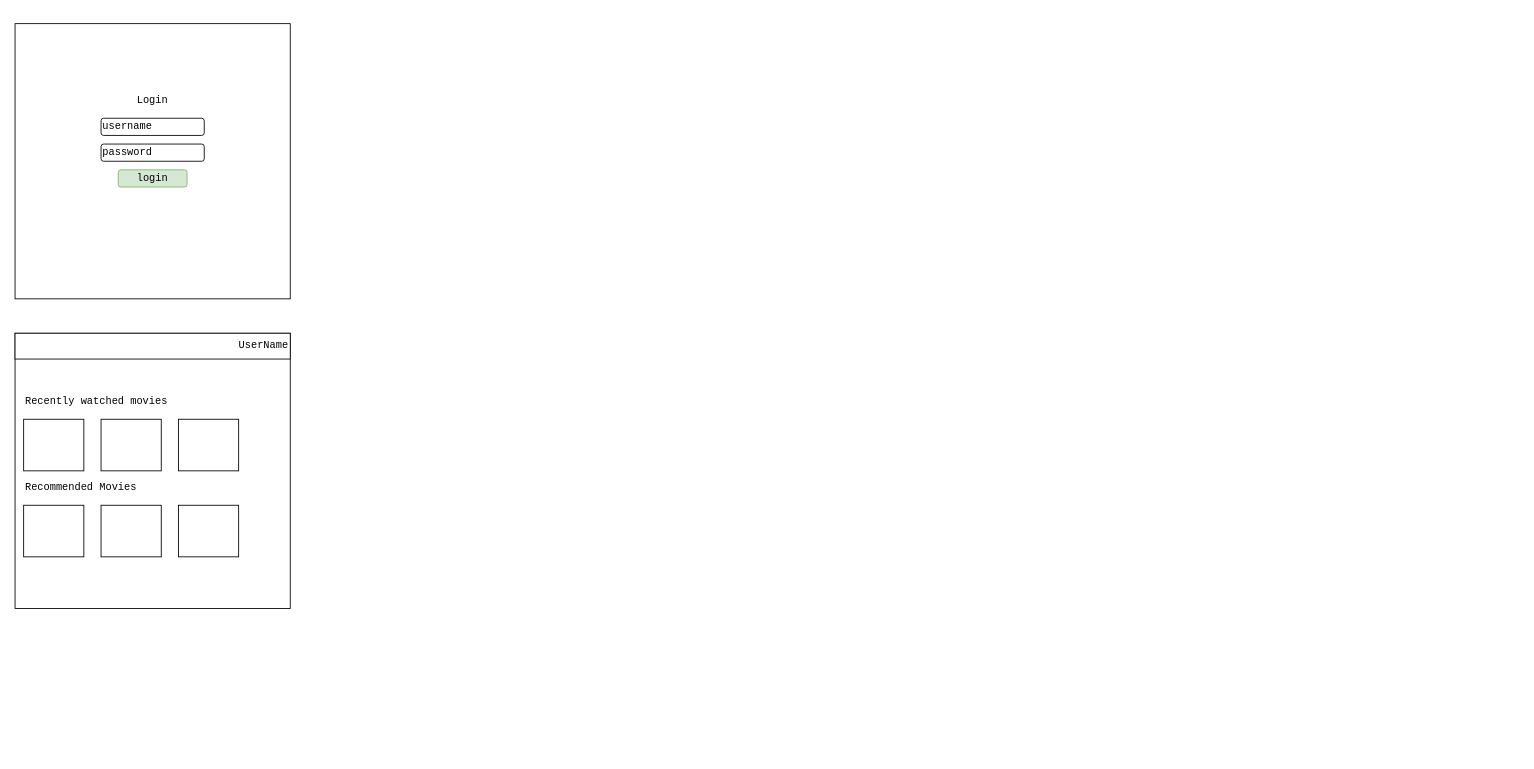
The draw.io diagram hld.drawio in gnusiva/assesment_movie_recomendation, before the edit. Source tidied: cells renumbered, new cells numbered last; positions are measured from the earlier drawing's top-left corner, leaving out a move shared by most shapes. Both pictures are drawn from the tidied source at 86%, with x=0, y=0 at pixel (15, 23).
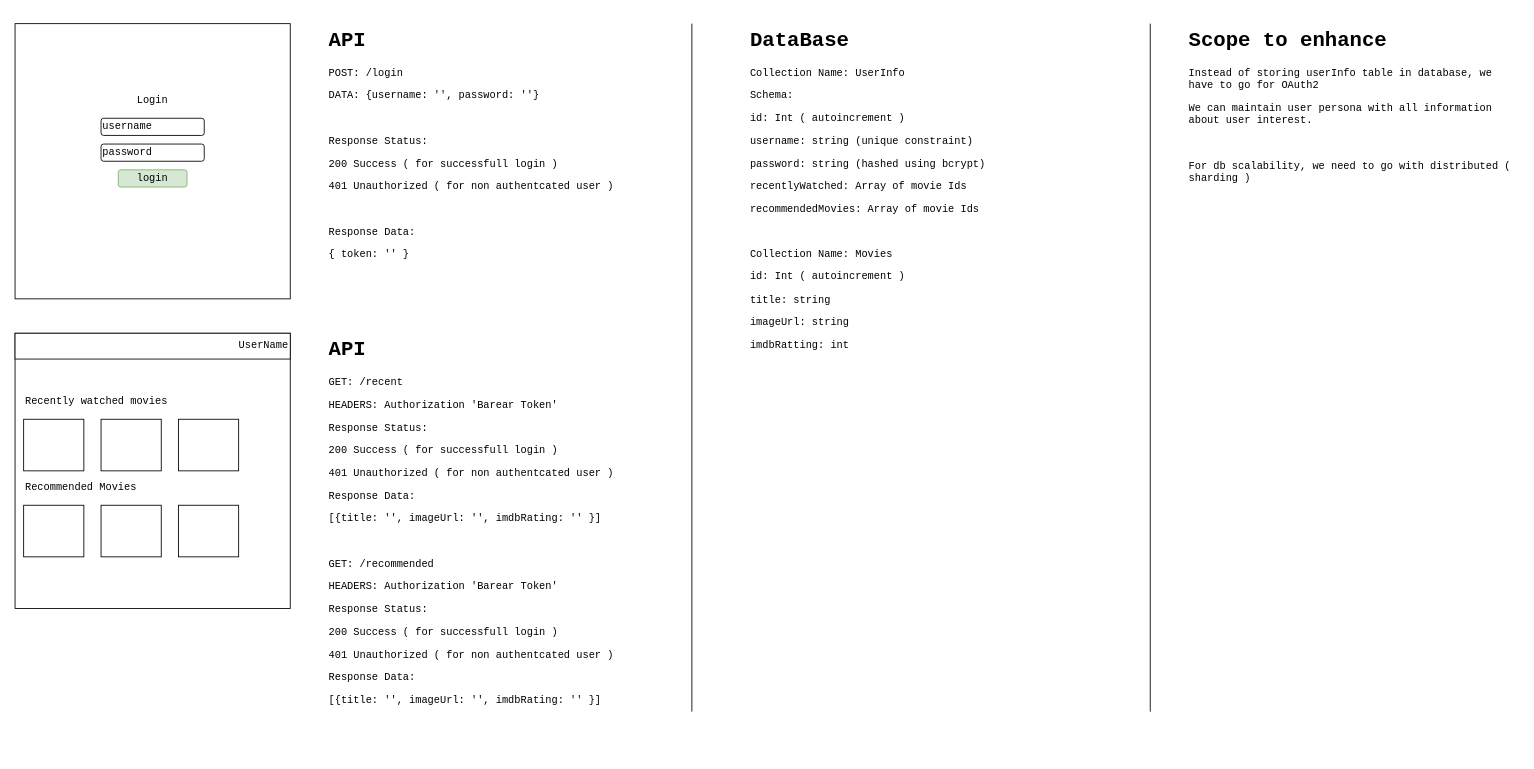
The same diagram, later.

Commit message:
we have drafted high level design

Change to the diagram source:
```diff
@@
+    <mxCell id="17" value="&lt;h1&gt;API&lt;/h1&gt;&lt;p&gt;POST: /login&lt;/p&gt;&lt;p&gt;DATA: {username: '', password: ''}&lt;/p&gt;&lt;p&gt;&lt;br&gt;&lt;/p&gt;&lt;p&gt;Response Status:&amp;nbsp;&lt;/p&gt;&lt;p&gt;200 Success ( for successfull login )&lt;/p&gt;&lt;p&gt;401 Unauthorized ( for non authentcated user )&lt;/p&gt;&lt;p&gt;&lt;br&gt;&lt;/p&gt;&lt;p&gt;Response Data:&amp;nbsp;&lt;/p&gt;&lt;p&gt;{ token: '' }&amp;nbsp;&lt;/p&gt;" style="text;html=1;strokeColor=none;fillColor=none;spacing=5;spacingTop=-20;whiteSpace=wrap;overflow=hidden;rounded=0;fontFamily=Courier New;align=left;" parent="1" vertex="1">
+      <mxGeometry x="360" width="389" height="280" as="geometry" />
+    </mxCell>
+    <mxCell id="18" value="&lt;h1&gt;DataBase&lt;/h1&gt;&lt;p&gt;Collection Name: UserInfo&lt;/p&gt;&lt;p&gt;&lt;span&gt;Schema:&amp;nbsp;&lt;/span&gt;&lt;br&gt;&lt;/p&gt;&lt;p&gt;id: Int ( autoincrement )&lt;/p&gt;&lt;p&gt;username: string (unique constraint)&lt;/p&gt;&lt;p&gt;password: string (hashed using bcrypt)&lt;/p&gt;&lt;p&gt;recentlyWatched: Array of movie Ids&lt;/p&gt;&lt;p&gt;recommendedMovies: Array of movie Ids&lt;/p&gt;&lt;p&gt;&lt;br&gt;&lt;/p&gt;&lt;p&gt;Collection Name: Movies&lt;/p&gt;&lt;p&gt;id: Int ( autoincrement )&amp;nbsp;&lt;/p&gt;&lt;p&gt;title: string&lt;/p&gt;&lt;p&gt;imageUrl: string&lt;/p&gt;&lt;p&gt;imdbRatting: int&lt;/p&gt;" style="text;html=1;strokeColor=none;fillColor=none;spacing=5;spacingTop=-20;whiteSpace=wrap;overflow=hidden;rounded=0;fontFamily=Courier New;align=left;" parent="1" vertex="1">
+      <mxGeometry x="850" width="389" height="400" as="geometry" />
+    </mxCell>
+    <mxCell id="19" style="endArrow=none;html=1;fontFamily=Courier New;" parent="1" edge="1">
+      <mxGeometry relative="1" as="geometry">
+        <mxPoint x="787" y="800" as="sourcePoint" />
+        <mxPoint x="787" as="targetPoint" />
+      </mxGeometry>
+    </mxCell>
+    <mxCell id="20" value="&lt;h1&gt;API&lt;/h1&gt;&lt;p&gt;GET: /recent&lt;/p&gt;&lt;p&gt;HEADERS: Authorization 'Barear Token'&lt;/p&gt;&lt;p&gt;&lt;span&gt;Response Status:&amp;nbsp;&lt;/span&gt;&lt;br&gt;&lt;/p&gt;&lt;p&gt;200 Success ( for successfull login )&lt;/p&gt;&lt;p&gt;401 Unauthorized ( for non authentcated user )&lt;/p&gt;&lt;p&gt;&lt;span&gt;Response Data:&amp;nbsp;&lt;/span&gt;&lt;br&gt;&lt;/p&gt;&lt;p&gt;[{title: '', imageUrl: '', imdbRating: '' }]&amp;nbsp;&lt;/p&gt;&lt;p&gt;&lt;br&gt;&lt;/p&gt;&lt;p&gt;GET: /recommended&lt;/p&gt;&lt;p&gt;HEADERS: Authorization 'Barear Token'&lt;/p&gt;&lt;p&gt;Response Status:&amp;nbsp;&lt;br&gt;&lt;/p&gt;&lt;p&gt;200 Success ( for successfull login )&lt;/p&gt;&lt;p&gt;401 Unauthorized ( for non authentcated user )&lt;/p&gt;&lt;p&gt;Response Data:&amp;nbsp;&lt;br&gt;&lt;/p&gt;&lt;p&gt;[{title: '', imageUrl: '', imdbRating: '' }]&amp;nbsp;&lt;/p&gt;&lt;p&gt;&lt;br&gt;&lt;/p&gt;&lt;p&gt;&lt;br&gt;&lt;/p&gt;" style="text;html=1;strokeColor=none;fillColor=none;spacing=5;spacingTop=-20;whiteSpace=wrap;overflow=hidden;rounded=0;fontFamily=Courier New;align=left;" parent="1" vertex="1">
+      <mxGeometry x="360" y="360" width="389" height="490" as="geometry" />
+    </mxCell>
+    <mxCell id="21" style="endArrow=none;html=1;fontFamily=Courier New;" parent="1" edge="1">
+      <mxGeometry relative="1" as="geometry">
+        <mxPoint x="1320" y="800" as="sourcePoint" />
+        <mxPoint x="1320" as="targetPoint" />
+      </mxGeometry>
+    </mxCell>
+    <mxCell id="22" value="&lt;h1&gt;Scope to enhance&lt;/h1&gt;&lt;p&gt;Instead of storing userInfo table in database, we have to go for OAuth2&amp;nbsp;&lt;/p&gt;&lt;p&gt;We can maintain user persona with all information about user interest.&lt;/p&gt;&lt;p&gt;&lt;br&gt;&lt;/p&gt;&lt;p&gt;For db scalability, we need to go with distributed ( sharding )&amp;nbsp;&lt;/p&gt;&lt;p&gt;&lt;br&gt;&lt;/p&gt;" style="text;html=1;strokeColor=none;fillColor=none;spacing=5;spacingTop=-20;whiteSpace=wrap;overflow=hidden;rounded=0;fontFamily=Courier New;align=left;" parent="1" vertex="1">
+      <mxGeometry x="1360" width="389" height="220" as="geometry" />
+    </mxCell>
```
